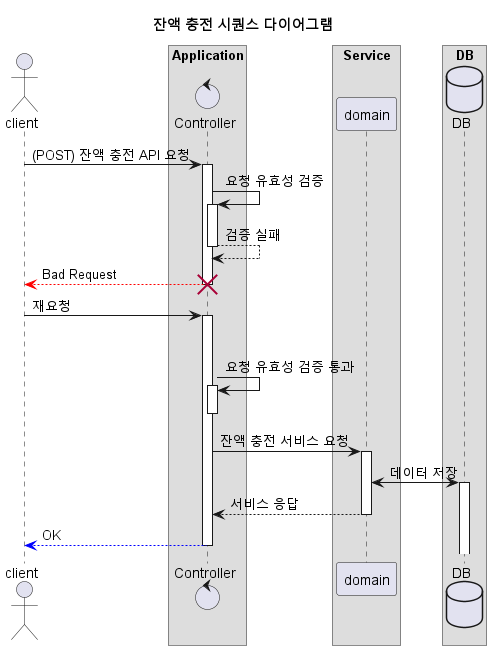
Earlier version of the PlantUML export docs/sequencediagram/balance/balance_charge_sequence_diagram.png (johnowlee/concert-booking).
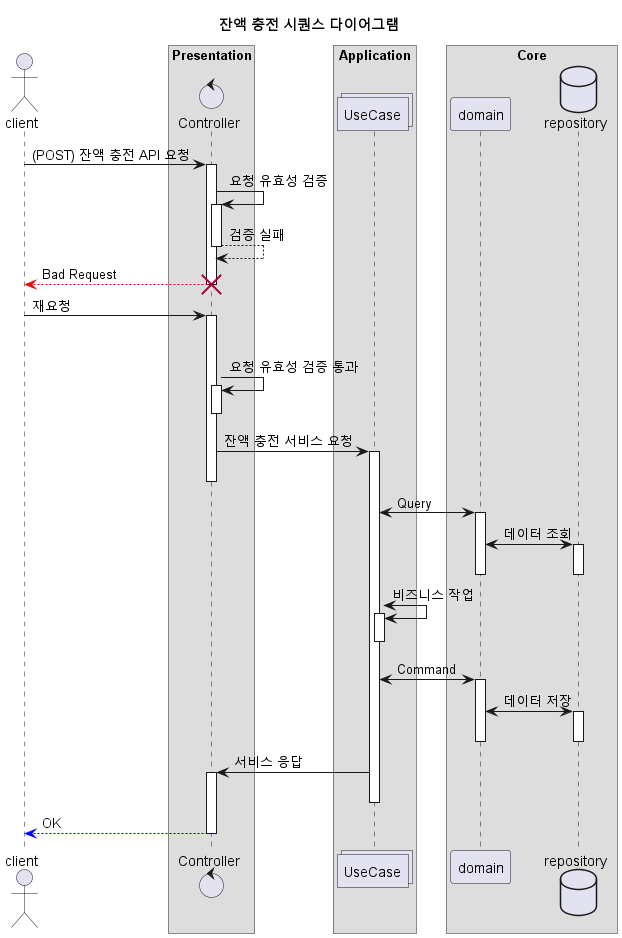
The same diagram one commit later.

Diff of the diagram source:
```diff
@@ -6,36 +6,56 @@
 
 actor client as client
 
-box "Application"
-control Controller as controller
+box "Presentation"
+control Controller as presentation
 end box
 
-box "Service"
-participant domain as domain
+box "Application"
+collections UseCase as application
 end box
 
-box "DB"
-database DB as db
+box "Core"
+participant domain as domain
+database repository as db
 end box
 
-client -> controller : (POST) 잔액 충전 API 요청
+client -> presentation : (POST) 잔액 충전 API 요청
 
-controller -> controller : 요청 유효성 검증
-controller --> controller : 검증 실패
+presentation -> presentation : 요청 유효성 검증
+presentation --> presentation : 검증 실패
 
-controller --[#red]> client : Bad Request
-destroy controller
-deactivate controller
+presentation --[#red]> client : Bad Request
+destroy presentation
+deactivate presentation
 
-client -> controller : 재요청
+client -> presentation : 재요청
 deactivate client
 
-controller -> controller : 요청 유효성 검증 통과
-deactivate controller
+presentation -> presentation : 요청 유효성 검증 통과
+deactivate presentation
 
-controller -> domain : 잔액 충전 서비스 요청
+presentation -> application : 잔액 충전 서비스 요청
+deactivate presentation
+
+application <-> domain : Query
+domain <-> db : 데이터 조회
+deactivate db
+deactivate domain
+
+application <-> application : 비즈니스 작업
+deactivate application
+
+application <-> domain : Command
 domain <-> db : 데이터 저장
-domain --> controller : 서비스 응답
-controller --[#blue]> client : OK
+deactivate db
+deactivate domain
+
+application -> presentation : 서비스 응답
+deactivate application
+
+presentation --[#blue]> client : OK
+
+
+
 
 @enduml
```
